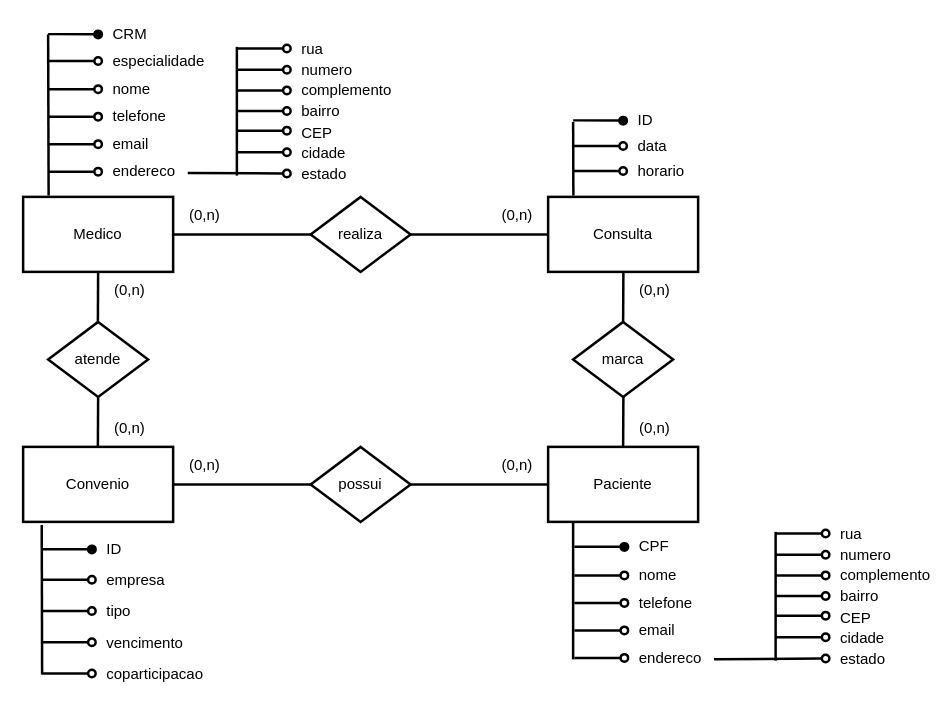
Earlier version of the draw.io diagram diagrams/db_mer.drawio (bruflor/ADS). Source tidied: cells renumbered, new cells numbered last; positions are measured from the earlier drawing's top-left corner, leaving out a move shared by most shapes. Both pictures are drawn from the tidied source at 125%, with x=0, y=0 at pixel (22, 21).
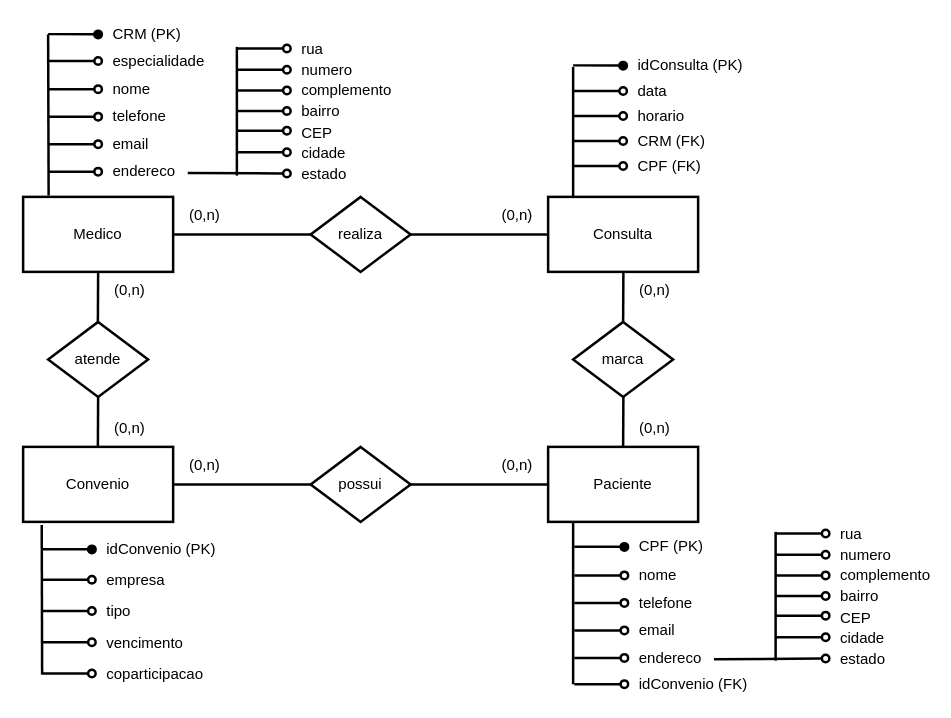
Above is the later version.

Unchanged cells that the change refers to:
```xml
<mxCell id="44" style="group;" parent="24" vertex="1">
  <mxGeometry x="20" y="60" width="111" height="119" as="geometry" />
</mxCell>
<mxCell id="87" style="group;" parent="70" vertex="1">
  <mxGeometry width="110" height="20" as="geometry" />
</mxCell>
```

The edit, as a diff of the source:
```diff
@@
-    <mxCell id="54" value="CPF" style="text;html=1;align=left;verticalAlign=middle;whiteSpace=wrap;rounded=0;" parent="44" vertex="1">
+    <mxCell id="54" value="CPF&amp;nbsp;(PK)" style="text;html=1;align=left;verticalAlign=middle;whiteSpace=wrap;rounded=0;" parent="44" vertex="1">
       <mxGeometry x="51" y="10" width="60" height="20" as="geometry" />
     </mxCell>
     <mxCell id="55" style="endArrow=none;html=1;rounded=0;strokeWidth=2;" parent="44" edge="1">
       <mxGeometry relative="1" as="geometry">
-        <mxPoint y="110" as="sourcePoint" />
+        <mxPoint y="130" as="sourcePoint" />
         <mxPoint as="targetPoint" />
       </mxGeometry>
     </mxCell>
     <mxCell id="56" style="group;" parent="1" vertex="1">
-      <mxGeometry x="420" y="69" width="130" height="131" as="geometry" />
+      <mxGeometry x="420" y="69" width="170" height="131" as="geometry" />
     </mxCell>
@@
     <mxCell id="58" style="group;" parent="56" vertex="1">
-      <mxGeometry x="20" width="110" height="70" as="geometry" />
+      <mxGeometry x="20" y="-44" width="150" height="70" as="geometry" />
     </mxCell>
-    <mxCell id="59" style="endArrow=none;html=1;rounded=0;strokeWidth=2;exitX=0.073;exitY=-0.024;exitDx=0;exitDy=0;exitPerimeter=0;" parent="58" edge="1">
+    <mxCell id="59" style="endArrow=none;html=1;rounded=0;strokeWidth=2;" parent="58" edge="1">
       <mxGeometry relative="1" as="geometry">
-        <mxPoint x="0.2" y="70" as="sourcePoint" />
+        <mxPoint y="115" as="sourcePoint" />
         <mxPoint y="11" as="targetPoint" />
       </mxGeometry>
     </mxCell>
     <mxCell id="60" style="group;" parent="58" vertex="1">
-      <mxGeometry width="110" height="61" as="geometry" />
+      <mxGeometry width="150" height="61" as="geometry" />
     </mxCell>
@@
     <mxCell id="67" style="group;" parent="60" vertex="1">
-      <mxGeometry width="110" height="20" as="geometry" />
+      <mxGeometry width="150" height="20" as="geometry" />
     </mxCell>
-    <mxCell id="68" value="ID" style="text;html=1;align=left;verticalAlign=middle;whiteSpace=wrap;rounded=0;" parent="67" vertex="1">
-      <mxGeometry x="50" width="60" height="20" as="geometry" />
+    <mxCell id="68" value="idConsulta (PK)" style="text;html=1;align=left;verticalAlign=middle;whiteSpace=wrap;rounded=0;" parent="67" vertex="1">
+      <mxGeometry x="50" width="100" height="20" as="geometry" />
     </mxCell>
@@
+    <mxCell id="126" style="group;" parent="60" vertex="1">
+      <mxGeometry y="61" width="110" height="20" as="geometry" />
+    </mxCell>
+    <mxCell id="127" value="CRM (FK)" style="text;html=1;align=left;verticalAlign=middle;whiteSpace=wrap;rounded=0;" parent="126" vertex="1">
+      <mxGeometry x="50" width="60" height="20" as="geometry" />
+    </mxCell>
+    <mxCell id="128" style="endArrow=none;html=1;rounded=0;startArrow=oval;startFill=0;strokeWidth=2;" parent="126" edge="1">
+      <mxGeometry relative="1" as="geometry">
+        <mxPoint x="40" y="9.3" as="sourcePoint" />
+        <mxPoint y="9.3" as="targetPoint" />
+      </mxGeometry>
+    </mxCell>
+    <mxCell id="129" style="group;" parent="60" vertex="1">
+      <mxGeometry y="81" width="110" height="20" as="geometry" />
+    </mxCell>
+    <mxCell id="130" value="CPF (FK)" style="text;html=1;align=left;verticalAlign=middle;whiteSpace=wrap;rounded=0;" parent="129" vertex="1">
+      <mxGeometry x="50" width="60" height="20" as="geometry" />
+    </mxCell>
+    <mxCell id="131" style="endArrow=none;html=1;rounded=0;startArrow=oval;startFill=0;strokeWidth=2;" parent="129" edge="1">
+      <mxGeometry relative="1" as="geometry">
+        <mxPoint x="40" y="9.3" as="sourcePoint" />
+        <mxPoint y="9.3" as="targetPoint" />
+      </mxGeometry>
+    </mxCell>
@@
-    <mxCell id="88" value="CRM" style="text;html=1;align=left;verticalAlign=middle;whiteSpace=wrap;rounded=0;" parent="87" vertex="1">
+    <mxCell id="88" value="CRM (PK)" style="text;html=1;align=left;verticalAlign=middle;whiteSpace=wrap;rounded=0;" parent="87" vertex="1">
       <mxGeometry x="50" width="60" height="20" as="geometry" />
     </mxCell>
@@
     <mxCell id="90" style="group;" parent="1" vertex="1">
-      <mxGeometry y="340" width="125" height="192" as="geometry" />
+      <mxGeometry y="340" width="165" height="192" as="geometry" />
     </mxCell>
@@
     <mxCell id="92" style="group;" parent="90" vertex="1">
-      <mxGeometry x="15" y="72" width="110" height="120" as="geometry" />
+      <mxGeometry x="15" y="72" width="150" height="120" as="geometry" />
     </mxCell>
@@
     <mxCell id="94" style="group;" parent="92" vertex="1">
-      <mxGeometry width="110" height="20" as="geometry" />
+      <mxGeometry width="150" height="20" as="geometry" />
     </mxCell>
@@
-    <mxCell id="96" value="ID" style="text;html=1;align=left;verticalAlign=middle;whiteSpace=wrap;rounded=0;" parent="94" vertex="1">
-      <mxGeometry x="50" width="60" height="20" as="geometry" />
+    <mxCell id="96" value="idConvenio (PK)" style="text;html=1;align=left;verticalAlign=middle;whiteSpace=wrap;rounded=0;" parent="94" vertex="1">
+      <mxGeometry x="50" width="100" height="20" as="geometry" />
     </mxCell>
@@
+    <mxCell id="132" value="idConvenio (FK)" style="text;html=1;align=left;verticalAlign=middle;whiteSpace=wrap;rounded=0;" parent="1" vertex="1">
+      <mxGeometry x="491" y="520" width="89" height="20" as="geometry" />
+    </mxCell>
+    <mxCell id="133" style="endArrow=none;html=1;rounded=0;startArrow=oval;startFill=0;strokeWidth=2;" parent="1" edge="1">
+      <mxGeometry relative="1" as="geometry">
+        <mxPoint x="481" y="529.8" as="sourcePoint" />
+        <mxPoint x="441" y="529.8" as="targetPoint" />
+      </mxGeometry>
+    </mxCell>
```
